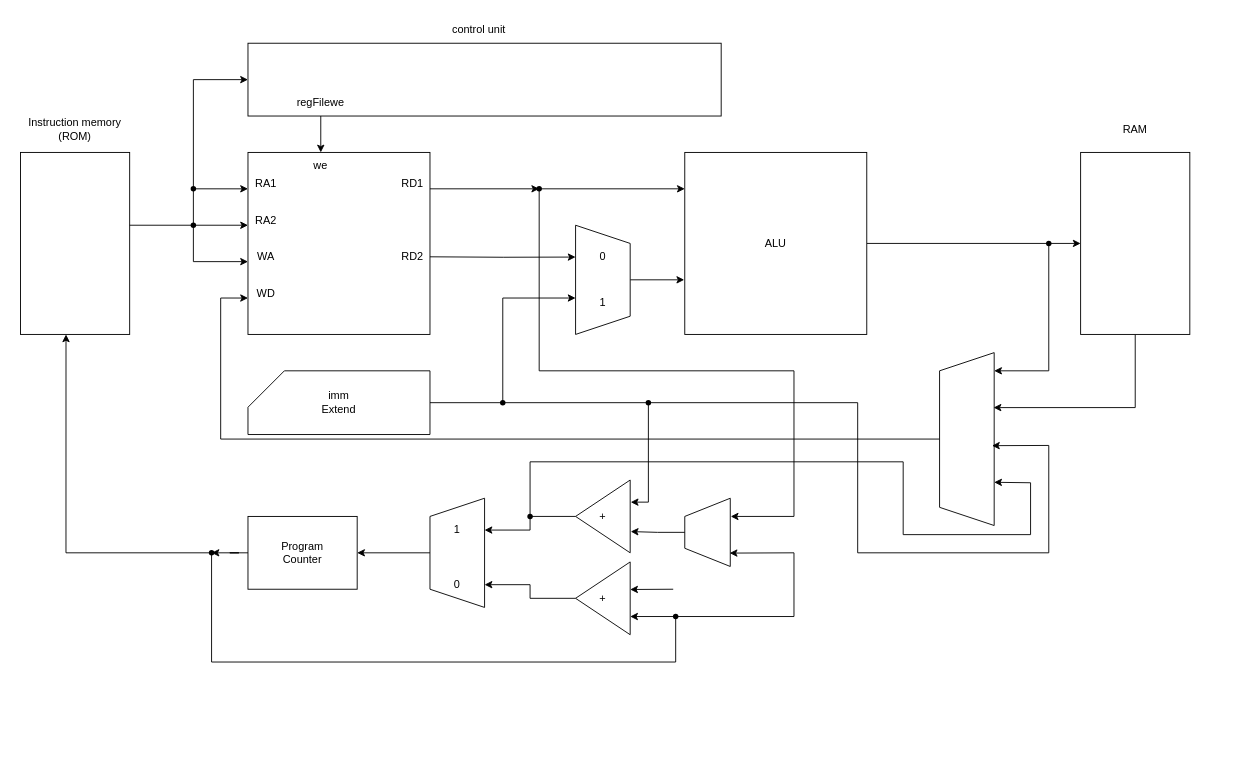
This is 제목 없는 다이어그램.drawio from Friday930/draw_io, a draw.io file, before an edit. Source tidied: cells renumbered, new cells numbered last; positions are measured from the earlier drawing's top-left corner, leaving out a move shared by most shapes. Both pictures are drawn from the tidied source at 91%, with x=0, y=0 at pixel (15, 15).
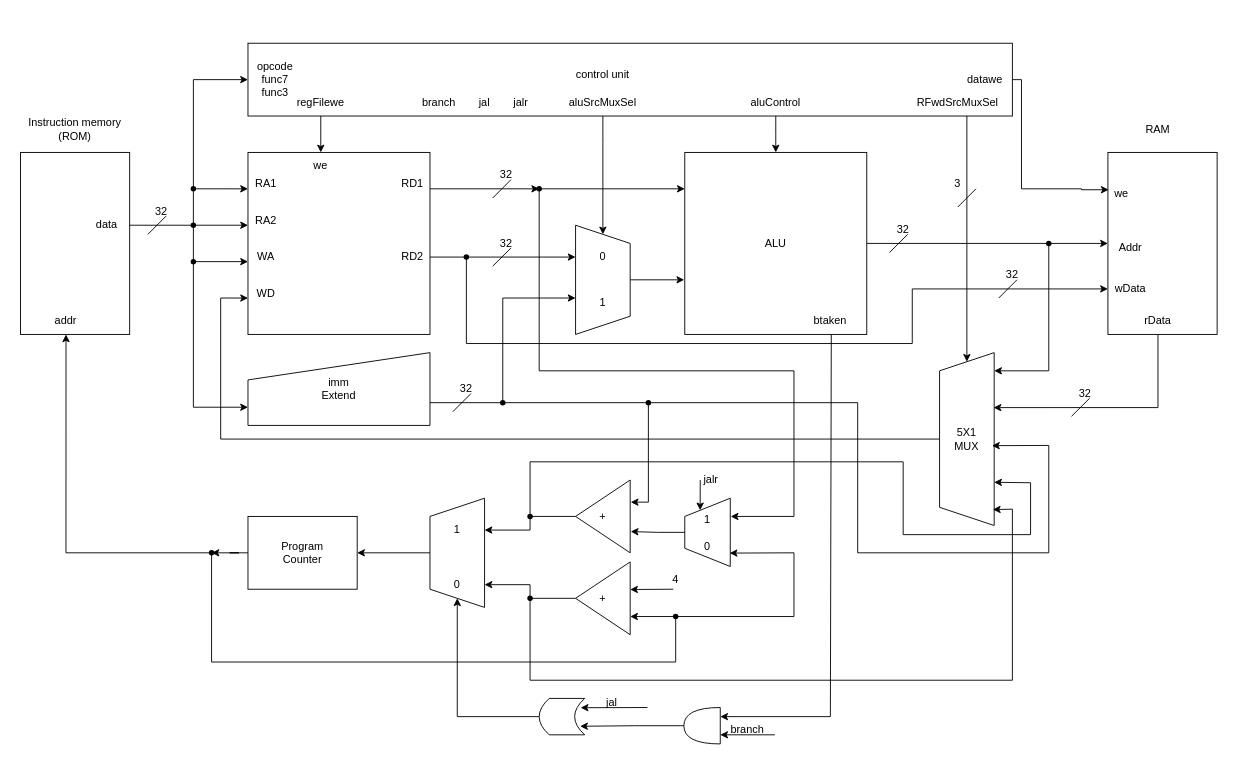
The same page after the edit.

Commit message (it also covers changes not shown here):
제목 없는 다이어그램.drawio 업데이트

The change refers to these unchanged cells:
```xml
<mxCell id="10" value="WA" style="text;html=1;align=center;verticalAlign=middle;whiteSpace=wrap;rounded=0;" parent="1" vertex="1">
  <mxGeometry x="245" y="250" width="60" height="30" as="geometry" />
</mxCell>
<mxCell id="13" style="shape=trapezoid;perimeter=trapezoidPerimeter;whiteSpace=wrap;html=1;fixedSize=1;direction=south;" parent="1" vertex="1">
  <mxGeometry x="615" y="230" width="60" height="120" as="geometry" />
</mxCell>
<mxCell id="14" value="0" style="text;html=1;align=center;verticalAlign=middle;whiteSpace=wrap;rounded=0;" parent="1" vertex="1">
  <mxGeometry x="615" y="250" width="60" height="30" as="geometry" />
</mxCell>
<mxCell id="15" value="1" style="text;html=1;align=center;verticalAlign=middle;whiteSpace=wrap;rounded=0;" parent="1" vertex="1">
  <mxGeometry x="615" y="300" width="60" height="30" as="geometry" />
</mxCell>
<mxCell id="17" value="ALU" style="whiteSpace=wrap;html=1;" parent="1" vertex="1">
  <mxGeometry x="735" y="150" width="200" height="200" as="geometry" />
</mxCell>
<mxCell id="28" style="shape=trapezoid;perimeter=trapezoidPerimeter;whiteSpace=wrap;html=1;fixedSize=1;direction=north;" parent="1" vertex="1">
  <mxGeometry x="455" y="530" width="60" height="120" as="geometry" />
</mxCell>
<mxCell id="46" value="+" style="triangle;whiteSpace=wrap;html=1;direction=west;" parent="1" vertex="1">
  <mxGeometry x="615" y="600" width="60" height="80" as="geometry" />
</mxCell>
<mxCell id="50" value="0" style="text;html=1;align=center;verticalAlign=middle;whiteSpace=wrap;rounded=0;" parent="1" vertex="1">
  <mxGeometry x="455" y="610" width="60" height="30" as="geometry" />
</mxCell>
<mxCell id="61" style="shape=waypoint;sketch=0;fillStyle=solid;size=6;points=[];fillColor=none;perimeter=centerPerimeter;snapToPoint=1;" parent="1" vertex="1">
  <mxGeometry x="185" y="220" width="20" height="20" as="geometry" />
</mxCell>
```

What changed in the source:
```diff
@@
+    <mxCell id="68" style="edgeStyle=orthogonalEdgeStyle;rounded=0;jettySize=auto;html=1;entryX=0;entryY=0.5;entryDx=0;entryDy=0;" parent="1" edge="1" source="2" target="13">
+      <mxGeometry relative="1" as="geometry">
+        <Array as="points">
+          <mxPoint x="645" y="140" />
+          <mxPoint x="645" y="140" />
+        </Array>
+      </mxGeometry>
+    </mxCell>
+    <mxCell id="69" style="edgeStyle=orthogonalEdgeStyle;rounded=0;jettySize=auto;html=1;entryX=0.5;entryY=0;entryDx=0;entryDy=0;" parent="1" edge="1" source="2" target="17">
+      <mxGeometry relative="1" as="geometry">
+        <Array as="points">
+          <mxPoint x="835" y="130" />
+          <mxPoint x="835" y="130" />
+        </Array>
+      </mxGeometry>
+    </mxCell>
+    <mxCell id="70" style="edgeStyle=orthogonalEdgeStyle;rounded=0;jettySize=auto;html=1;entryX=1;entryY=0.5;entryDx=0;entryDy=0;" parent="1" edge="1" source="2" target="32">
+      <mxGeometry relative="1" as="geometry">
+        <Array as="points">
+          <mxPoint x="1045" y="190" />
+          <mxPoint x="1045" y="190" />
+        </Array>
+      </mxGeometry>
+    </mxCell>
+    <mxCell id="71" style="edgeStyle=orthogonalEdgeStyle;rounded=0;jettySize=auto;html=1;entryX=0.007;entryY=0.205;entryDx=0;entryDy=0;entryPerimeter=0;" parent="1" edge="1" source="2" target="34">
+      <mxGeometry relative="1" as="geometry">
+        <Array as="points">
+          <mxPoint x="1105" y="70" />
+          <mxPoint x="1105" y="190" />
+          <mxPoint x="1171" y="190" />
+        </Array>
+      </mxGeometry>
+    </mxCell>
     <mxCell id="2" style="rounded=0;whiteSpace=wrap;html=1;" parent="1" vertex="1">
-      <mxGeometry x="255" y="30" width="520" height="80" as="geometry" />
+      <mxGeometry x="255" y="30" width="840" height="80" as="geometry" />
     </mxCell>
     <mxCell id="3" value="control unit" style="text;html=1;align=center;verticalAlign=middle;whiteSpace=wrap;rounded=0;" parent="1" vertex="1">
-      <mxGeometry x="466" width="86" height="30" as="geometry" />
+      <mxGeometry x="602" y="50" width="86" height="30" as="geometry" />
     </mxCell>
@@
-    <mxCell id="20" style="edgeStyle=orthogonalEdgeStyle;rounded=0;jettySize=auto;html=1;" parent="1" edge="1" target="14">
-      <mxGeometry relative="1" as="geometry">
-        <mxPoint x="455" y="264.7" as="sourcePoint" />
-      </mxGeometry>
+    <mxCell id="20" style="edgeStyle=orthogonalEdgeStyle;rounded=0;jettySize=auto;html=1;" parent="1" edge="1" source="82" target="14">
+      <mxGeometry relative="1" as="geometry" />
     </mxCell>
@@
-    <mxCell id="22" style="edgeStyle=orthogonalEdgeStyle;rounded=0;jettySize=auto;html=1;entryX=0;entryY=0.333;entryDx=0;entryDy=0;entryPerimeter=0;" parent="1" edge="1" source="23" target="15">
+    <mxCell id="22" style="edgeStyle=orthogonalEdgeStyle;rounded=0;jettySize=auto;html=1;entryX=0;entryY=0.333;entryDx=0;entryDy=0;entryPerimeter=0;" parent="1" edge="1" target="15">
       <mxGeometry relative="1" as="geometry">
+        <mxPoint x="455" y="425" as="sourcePoint" />
         <Array as="points">
           <mxPoint x="535" y="425" />
           <mxPoint x="535" y="310" />
         </Array>
       </mxGeometry>
     </mxCell>
-    <mxCell id="23" value="imm&lt;div&gt;Extend&lt;/div&gt;" style="shape=card;whiteSpace=wrap;html=1;size=40;" parent="1" vertex="1">
-      <mxGeometry x="255" y="390" width="200" height="70" as="geometry" />
-    </mxCell>
@@
-    <mxCell id="32" style="shape=trapezoid;perimeter=trapezoidPerimeter;whiteSpace=wrap;html=1;fixedSize=1;direction=north;" parent="1" vertex="1">
+    <mxCell id="32" value="5X1&lt;div&gt;MUX&lt;/div&gt;" style="shape=trapezoid;perimeter=trapezoidPerimeter;whiteSpace=wrap;html=1;fixedSize=1;direction=north;" parent="1" vertex="1">
       <mxGeometry x="1015" y="370" width="60" height="190" as="geometry" />
     </mxCell>
     <mxCell id="33" style="edgeStyle=orthogonalEdgeStyle;rounded=0;jettySize=auto;html=1;entryX=0.682;entryY=0.989;entryDx=0;entryDy=0;entryPerimeter=0;" parent="1" edge="1" source="34" target="32">
       <mxGeometry relative="1" as="geometry">
         <Array as="points">
-          <mxPoint x="1230" y="430" />
+          <mxPoint x="1255" y="430" />
         </Array>
       </mxGeometry>
     </mxCell>
     <mxCell id="34" style="rounded=0;whiteSpace=wrap;html=1;" parent="1" vertex="1">
-      <mxGeometry x="1170" y="150" width="120" height="200" as="geometry" />
+      <mxGeometry x="1200" y="150" width="120" height="200" as="geometry" />
     </mxCell>
     <mxCell id="35" value="RAM" style="text;html=1;align=center;verticalAlign=middle;whiteSpace=wrap;rounded=0;" parent="1" vertex="1">
-      <mxGeometry x="1165" y="110" width="130" height="30" as="geometry" />
+      <mxGeometry x="1190" y="110" width="130" height="30" as="geometry" />
     </mxCell>
@@
-    <mxCell id="43" style="shape=trapezoid;perimeter=trapezoidPerimeter;whiteSpace=wrap;html=1;fixedSize=1;direction=north;" parent="1" vertex="1">
+    <mxCell id="43" value="1&lt;div&gt;&lt;br&gt;&lt;div&gt;0&lt;/div&gt;&lt;/div&gt;" style="shape=trapezoid;perimeter=trapezoidPerimeter;whiteSpace=wrap;html=1;fixedSize=1;direction=north;" parent="1" vertex="1">
       <mxGeometry x="735" y="530" width="50" height="75" as="geometry" />
     </mxCell>
@@
-    <mxCell id="48" style="edgeStyle=orthogonalEdgeStyle;rounded=0;jettySize=auto;html=1;entryX=1;entryY=0.5;entryDx=0;entryDy=0;" parent="1" edge="1" source="46" target="50">
-      <mxGeometry relative="1" as="geometry" />
+    <mxCell id="48" style="edgeStyle=orthogonalEdgeStyle;rounded=0;jettySize=auto;html=1;entryX=1;entryY=0.5;entryDx=0;entryDy=0;" parent="1" edge="1" source="72" target="50">
+      <mxGeometry relative="1" as="geometry">
+        <Array as="points">
+          <mxPoint x="565" y="625" />
+        </Array>
+      </mxGeometry>
     </mxCell>
@@
-    <mxCell id="62" style="endArrow=none;html=1;rounded=0;" parent="1" edge="1" target="61">
-      <mxGeometry relative="1" as="geometry">
-        <mxPoint x="125" y="230" as="sourcePoint" />
-      </mxGeometry>
+    <mxCell id="62" style="endArrow=none;html=1;rounded=0;" parent="1" edge="1" source="90" target="61">
+      <mxGeometry relative="1" as="geometry" />
     </mxCell>
@@
-    <mxCell id="64" style="endArrow=classic;html=1;rounded=0;entryX=0.167;entryY=0.667;entryDx=0;entryDy=0;entryPerimeter=0;" parent="1" edge="1" target="10">
+    <mxCell id="64" style="endArrow=classic;html=1;rounded=0;entryX=0.167;entryY=0.667;entryDx=0;entryDy=0;entryPerimeter=0;" parent="1" edge="1" source="107" target="10">
       <mxGeometry relative="1" as="geometry">
-        <mxPoint x="195" y="230" as="sourcePoint" />
         <Array as="points">
           <mxPoint x="195" y="270" />
         </Array>
       </mxGeometry>
     </mxCell>
@@
+    <mxCell id="72" style="shape=waypoint;sketch=0;fillStyle=solid;size=6;points=[];fillColor=none;perimeter=centerPerimeter;snapToPoint=1;" parent="1" vertex="1">
+      <mxGeometry x="555" y="630" width="20" height="20" as="geometry" />
+    </mxCell>
+    <mxCell id="73" style="endArrow=none;html=1;rounded=0;" parent="1" edge="1" target="46">
+      <mxGeometry relative="1" as="geometry">
+        <mxPoint x="565" y="640" as="sourcePoint" />
+      </mxGeometry>
+    </mxCell>
+    <mxCell id="74" style="endArrow=classic;html=1;rounded=0;entryX=0.092;entryY=0.976;entryDx=0;entryDy=0;entryPerimeter=0;" parent="1" edge="1" target="32">
+      <mxGeometry relative="1" as="geometry">
+        <mxPoint x="565" y="640" as="sourcePoint" />
+        <Array as="points">
+          <mxPoint x="565" y="730" />
+          <mxPoint x="1095" y="730" />
+          <mxPoint x="1095" y="542" />
+        </Array>
+      </mxGeometry>
+    </mxCell>
+    <mxCell id="75" style="edgeStyle=orthogonalEdgeStyle;rounded=0;jettySize=auto;html=1;" parent="1" edge="1" source="76" target="28">
+      <mxGeometry relative="1" as="geometry" />
+    </mxCell>
+    <mxCell id="76" style="shape=dataStorage;whiteSpace=wrap;html=1;fixedSize=1;size=11;" parent="1" vertex="1">
+      <mxGeometry x="575" y="750" width="50" height="40" as="geometry" />
+    </mxCell>
+    <mxCell id="77" style="shape=or;whiteSpace=wrap;html=1;direction=west;" parent="1" vertex="1">
+      <mxGeometry x="734" y="760" width="40" height="40" as="geometry" />
+    </mxCell>
+    <mxCell id="23" value="imm&lt;div&gt;Extend&lt;/div&gt;" style="shape=manualInput;whiteSpace=wrap;html=1;" parent="1" vertex="1">
+      <mxGeometry x="255" y="370" width="200" height="80" as="geometry" />
+    </mxCell>
+    <mxCell id="78" style="edgeStyle=orthogonalEdgeStyle;rounded=0;jettySize=auto;html=1;entryX=0.9;entryY=0.765;entryDx=0;entryDy=0;entryPerimeter=0;" parent="1" edge="1" source="77" target="76">
+      <mxGeometry relative="1" as="geometry" />
+    </mxCell>
+    <mxCell id="79" style="endArrow=classic;html=1;rounded=0;entryX=0.844;entryY=0.505;entryDx=0;entryDy=0;entryPerimeter=0;" parent="1" edge="1">
+      <mxGeometry relative="1" as="geometry">
+        <mxPoint x="694" y="760" as="sourcePoint" />
+        <mxPoint x="620.6" y="760.2" as="targetPoint" />
+      </mxGeometry>
+    </mxCell>
+    <mxCell id="80" style="endArrow=classic;html=1;rounded=0;entryX=0;entryY=0.75;entryDx=0;entryDy=0;entryPerimeter=0;" parent="1" edge="1" target="77">
+      <mxGeometry relative="1" as="geometry">
+        <mxPoint x="896" y="350" as="sourcePoint" />
+        <Array as="points">
+          <mxPoint x="895" y="770" />
+        </Array>
+      </mxGeometry>
+    </mxCell>
+    <mxCell id="81" style="endArrow=classic;html=1;rounded=0;entryX=0;entryY=0.75;entryDx=0;entryDy=0;entryPerimeter=0;" parent="1" edge="1">
+      <mxGeometry relative="1" as="geometry">
+        <mxPoint x="834" y="790" as="sourcePoint" />
+        <mxPoint x="774" y="790" as="targetPoint" />
+      </mxGeometry>
+    </mxCell>
+    <mxCell id="82" style="shape=waypoint;sketch=0;fillStyle=solid;size=6;points=[];fillColor=none;perimeter=centerPerimeter;snapToPoint=1;" parent="1" vertex="1">
+      <mxGeometry x="485" y="255" width="20" height="20" as="geometry" />
+    </mxCell>
+    <mxCell id="83" style="endArrow=classic;html=1;rounded=0;exitX=0.612;exitY=0.598;exitDx=0;exitDy=0;exitPerimeter=0;entryX=0;entryY=0.75;entryDx=0;entryDy=0;" parent="1" edge="1" source="82" target="34">
+      <mxGeometry relative="1" as="geometry">
+        <Array as="points">
+          <mxPoint x="495" y="360" />
+          <mxPoint x="985" y="360" />
+          <mxPoint x="985" y="300" />
+        </Array>
+      </mxGeometry>
+    </mxCell>
+    <mxCell id="84" value="Addr" style="text;html=1;align=center;verticalAlign=middle;whiteSpace=wrap;rounded=0;" parent="1" vertex="1">
+      <mxGeometry x="1195" y="240" width="60" height="30" as="geometry" />
+    </mxCell>
+    <mxCell id="85" value="wData" style="text;html=1;align=center;verticalAlign=middle;whiteSpace=wrap;rounded=0;" parent="1" vertex="1">
+      <mxGeometry x="1195" y="285" width="60" height="30" as="geometry" />
+    </mxCell>
+    <mxCell id="86" value="rData" style="text;html=1;align=center;verticalAlign=middle;whiteSpace=wrap;rounded=0;" parent="1" vertex="1">
+      <mxGeometry x="1225" y="320" width="60" height="30" as="geometry" />
+    </mxCell>
+    <mxCell id="87" style="endArrow=none;html=1;rounded=0;" parent="1" edge="1" target="82">
+      <mxGeometry relative="1" as="geometry">
+        <mxPoint x="455" y="265" as="sourcePoint" />
+      </mxGeometry>
+    </mxCell>
+    <mxCell id="88" value="addr" style="text;html=1;align=center;verticalAlign=middle;whiteSpace=wrap;rounded=0;" parent="1" vertex="1">
+      <mxGeometry x="25" y="320" width="60" height="30" as="geometry" />
+    </mxCell>
+    <mxCell id="89" style="endArrow=none;html=1;rounded=0;" parent="1" edge="1" target="90">
+      <mxGeometry relative="1" as="geometry">
+        <mxPoint x="125" y="230" as="sourcePoint" />
+      </mxGeometry>
+    </mxCell>
+    <mxCell id="90" value="data" style="text;html=1;align=center;verticalAlign=middle;whiteSpace=wrap;rounded=0;" parent="1" vertex="1">
+      <mxGeometry x="70" y="215" width="60" height="30" as="geometry" />
+    </mxCell>
+    <mxCell id="91" style="endArrow=none;html=1;rounded=0;" parent="1" edge="1">
+      <mxGeometry relative="1" as="geometry">
+        <mxPoint x="145" y="240" as="sourcePoint" />
+        <mxPoint x="165" y="220" as="targetPoint" />
+      </mxGeometry>
+    </mxCell>
+    <mxCell id="92" value="32" style="text;html=1;align=center;verticalAlign=middle;whiteSpace=wrap;rounded=0;" parent="1" vertex="1">
+      <mxGeometry x="130" y="200" width="60" height="30" as="geometry" />
+    </mxCell>
+    <mxCell id="93" value="4" style="text;html=1;align=center;verticalAlign=middle;whiteSpace=wrap;rounded=0;" parent="1" vertex="1">
+      <mxGeometry x="695" y="605" width="60" height="30" as="geometry" />
+    </mxCell>
+    <mxCell id="94" style="endArrow=none;html=1;rounded=0;" parent="1" edge="1">
+      <mxGeometry relative="1" as="geometry">
+        <mxPoint x="480" y="435" as="sourcePoint" />
+        <mxPoint x="500" y="415" as="targetPoint" />
+      </mxGeometry>
+    </mxCell>
+    <mxCell id="95" value="32" style="text;html=1;align=center;verticalAlign=middle;whiteSpace=wrap;rounded=0;" parent="1" vertex="1">
+      <mxGeometry x="465" y="395" width="60" height="30" as="geometry" />
+    </mxCell>
+    <mxCell id="96" style="endArrow=none;html=1;rounded=0;" parent="1" edge="1">
+      <mxGeometry relative="1" as="geometry">
+        <mxPoint x="524" y="275" as="sourcePoint" />
+        <mxPoint x="544" y="255" as="targetPoint" />
+      </mxGeometry>
+    </mxCell>
+    <mxCell id="97" value="32" style="text;html=1;align=center;verticalAlign=middle;whiteSpace=wrap;rounded=0;" parent="1" vertex="1">
+      <mxGeometry x="509" y="235" width="60" height="30" as="geometry" />
+    </mxCell>
+    <mxCell id="98" style="endArrow=none;html=1;rounded=0;" parent="1" edge="1">
+      <mxGeometry relative="1" as="geometry">
+        <mxPoint x="524" y="200" as="sourcePoint" />
+        <mxPoint x="544" y="180" as="targetPoint" />
+      </mxGeometry>
+    </mxCell>
+    <mxCell id="99" value="32" style="text;html=1;align=center;verticalAlign=middle;whiteSpace=wrap;rounded=0;" parent="1" vertex="1">
+      <mxGeometry x="509" y="160" width="60" height="30" as="geometry" />
+    </mxCell>
+    <mxCell id="100" style="endArrow=none;html=1;rounded=0;" parent="1" edge="1">
+      <mxGeometry relative="1" as="geometry">
+        <mxPoint x="960" y="260" as="sourcePoint" />
+        <mxPoint x="980" y="240" as="targetPoint" />
+      </mxGeometry>
+    </mxCell>
+    <mxCell id="101" value="32" style="text;html=1;align=center;verticalAlign=middle;whiteSpace=wrap;rounded=0;" parent="1" vertex="1">
+      <mxGeometry x="945" y="220" width="60" height="30" as="geometry" />
+    </mxCell>
+    <mxCell id="102" style="endArrow=none;html=1;rounded=0;" parent="1" edge="1">
+      <mxGeometry relative="1" as="geometry">
+        <mxPoint x="1080" y="310" as="sourcePoint" />
+        <mxPoint x="1100" y="290" as="targetPoint" />
+      </mxGeometry>
+    </mxCell>
+    <mxCell id="103" value="32" style="text;html=1;align=center;verticalAlign=middle;whiteSpace=wrap;rounded=0;" parent="1" vertex="1">
+      <mxGeometry x="1065" y="270" width="60" height="30" as="geometry" />
+    </mxCell>
+    <mxCell id="104" style="endArrow=none;html=1;rounded=0;" parent="1" edge="1">
+      <mxGeometry relative="1" as="geometry">
+        <mxPoint x="1160" y="440" as="sourcePoint" />
+        <mxPoint x="1180" y="420" as="targetPoint" />
+      </mxGeometry>
+    </mxCell>
+    <mxCell id="105" value="32" style="text;html=1;align=center;verticalAlign=middle;whiteSpace=wrap;rounded=0;" parent="1" vertex="1">
+      <mxGeometry x="1145" y="400" width="60" height="30" as="geometry" />
+    </mxCell>
+    <mxCell id="106" style="edgeStyle=orthogonalEdgeStyle;rounded=0;jettySize=auto;html=1;entryX=0;entryY=0.75;entryDx=0;entryDy=0;" parent="1" edge="1" source="107" target="23">
+      <mxGeometry relative="1" as="geometry">
+        <Array as="points">
+          <mxPoint x="195" y="430" />
+        </Array>
+      </mxGeometry>
+    </mxCell>
+    <mxCell id="107" style="shape=waypoint;sketch=0;fillStyle=solid;size=6;points=[];fillColor=none;perimeter=centerPerimeter;snapToPoint=1;" parent="1" vertex="1">
+      <mxGeometry x="185" y="260" width="20" height="20" as="geometry" />
+    </mxCell>
+    <mxCell id="108" style="endArrow=none;html=1;rounded=0;" parent="1" edge="1" source="107">
+      <mxGeometry relative="1" as="geometry">
+        <mxPoint x="195" y="230" as="targetPoint" />
+      </mxGeometry>
+    </mxCell>
+    <mxCell id="109" style="endArrow=none;html=1;rounded=0;" parent="1" edge="1">
+      <mxGeometry relative="1" as="geometry">
+        <mxPoint x="1035" y="210" as="sourcePoint" />
+        <mxPoint x="1055" y="190" as="targetPoint" />
+      </mxGeometry>
+    </mxCell>
+    <mxCell id="110" value="3" style="text;html=1;align=center;verticalAlign=middle;whiteSpace=wrap;rounded=0;" parent="1" vertex="1">
+      <mxGeometry x="1005" y="170" width="60" height="30" as="geometry" />
+    </mxCell>
+    <mxCell id="111" value="RFwdSrcMuxSel" style="text;html=1;align=center;verticalAlign=middle;whiteSpace=wrap;rounded=0;" parent="1" vertex="1">
+      <mxGeometry x="995" y="80" width="80" height="30" as="geometry" />
+    </mxCell>
+    <mxCell id="112" value="aluControl" style="text;html=1;align=center;verticalAlign=middle;whiteSpace=wrap;rounded=0;" parent="1" vertex="1">
+      <mxGeometry x="805" y="80" width="60" height="30" as="geometry" />
+    </mxCell>
+    <mxCell id="113" value="aluSrcMuxSel" style="text;html=1;align=center;verticalAlign=middle;whiteSpace=wrap;rounded=0;" parent="1" vertex="1">
+      <mxGeometry x="615" y="80" width="60" height="30" as="geometry" />
+    </mxCell>
+    <mxCell id="114" value="opcode&lt;div&gt;func7&lt;/div&gt;&lt;div&gt;func3&lt;/div&gt;" style="text;html=1;align=center;verticalAlign=middle;whiteSpace=wrap;rounded=0;" parent="1" vertex="1">
+      <mxGeometry x="255" y="55" width="60" height="30" as="geometry" />
+    </mxCell>
+    <mxCell id="115" value="branch" style="text;html=1;align=center;verticalAlign=middle;whiteSpace=wrap;rounded=0;" parent="1" vertex="1">
+      <mxGeometry x="435" y="80" width="60" height="30" as="geometry" />
+    </mxCell>
+    <mxCell id="116" value="jal" style="text;html=1;align=center;verticalAlign=middle;whiteSpace=wrap;rounded=0;" parent="1" vertex="1">
+      <mxGeometry x="485" y="80" width="60" height="30" as="geometry" />
+    </mxCell>
+    <mxCell id="117" value="jalr" style="text;html=1;align=center;verticalAlign=middle;whiteSpace=wrap;rounded=0;" parent="1" vertex="1">
+      <mxGeometry x="525" y="80" width="60" height="30" as="geometry" />
+    </mxCell>
+    <mxCell id="118" value="btaken" style="text;html=1;align=center;verticalAlign=middle;whiteSpace=wrap;rounded=0;" parent="1" vertex="1">
+      <mxGeometry x="865" y="320" width="60" height="30" as="geometry" />
+    </mxCell>
+    <mxCell id="119" value="branch" style="text;html=1;align=center;verticalAlign=middle;whiteSpace=wrap;rounded=0;" parent="1" vertex="1">
+      <mxGeometry x="774" y="770" width="60" height="30" as="geometry" />
+    </mxCell>
+    <mxCell id="120" value="jal" style="text;html=1;align=center;verticalAlign=middle;whiteSpace=wrap;rounded=0;" parent="1" vertex="1">
+      <mxGeometry x="625" y="740" width="60" height="30" as="geometry" />
+    </mxCell>
+    <mxCell id="121" style="endArrow=classic;html=1;rounded=0;entryX=1;entryY=0.25;entryDx=0;entryDy=0;" parent="1" edge="1" target="43">
+      <mxGeometry relative="1" as="geometry">
+        <mxPoint x="752" y="510" as="sourcePoint" />
+      </mxGeometry>
+    </mxCell>
+    <mxCell id="122" value="jalr" style="text;html=1;align=center;verticalAlign=middle;whiteSpace=wrap;rounded=0;" parent="1" vertex="1">
+      <mxGeometry x="734" y="495" width="60" height="30" as="geometry" />
+    </mxCell>
+    <mxCell id="123" value="datawe" style="text;html=1;align=center;verticalAlign=middle;whiteSpace=wrap;rounded=0;" parent="1" vertex="1">
+      <mxGeometry x="1035" y="55" width="60" height="30" as="geometry" />
+    </mxCell>
+    <mxCell id="124" value="we" style="text;html=1;align=center;verticalAlign=middle;whiteSpace=wrap;rounded=0;" parent="1" vertex="1">
+      <mxGeometry x="1185" y="180" width="60" height="30" as="geometry" />
+    </mxCell>
```
